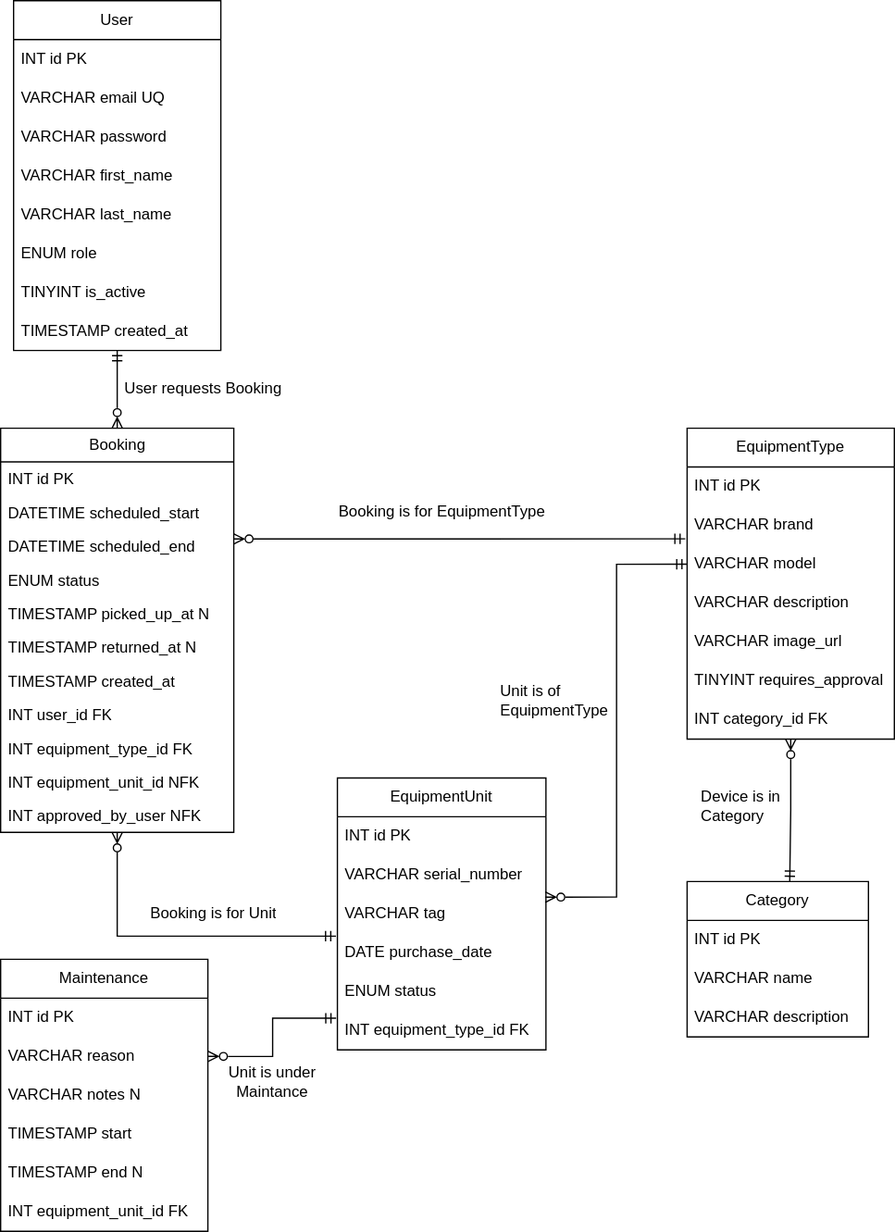
This is database/Equipment Booking.drawio.svg from 37265/equipment-manager, a draw.io export, as it was before one commit. Source tidied: cells renumbered, new cells last; positions are measured from the earlier drawing's top-left corner, leaving out a move shared by most shapes.
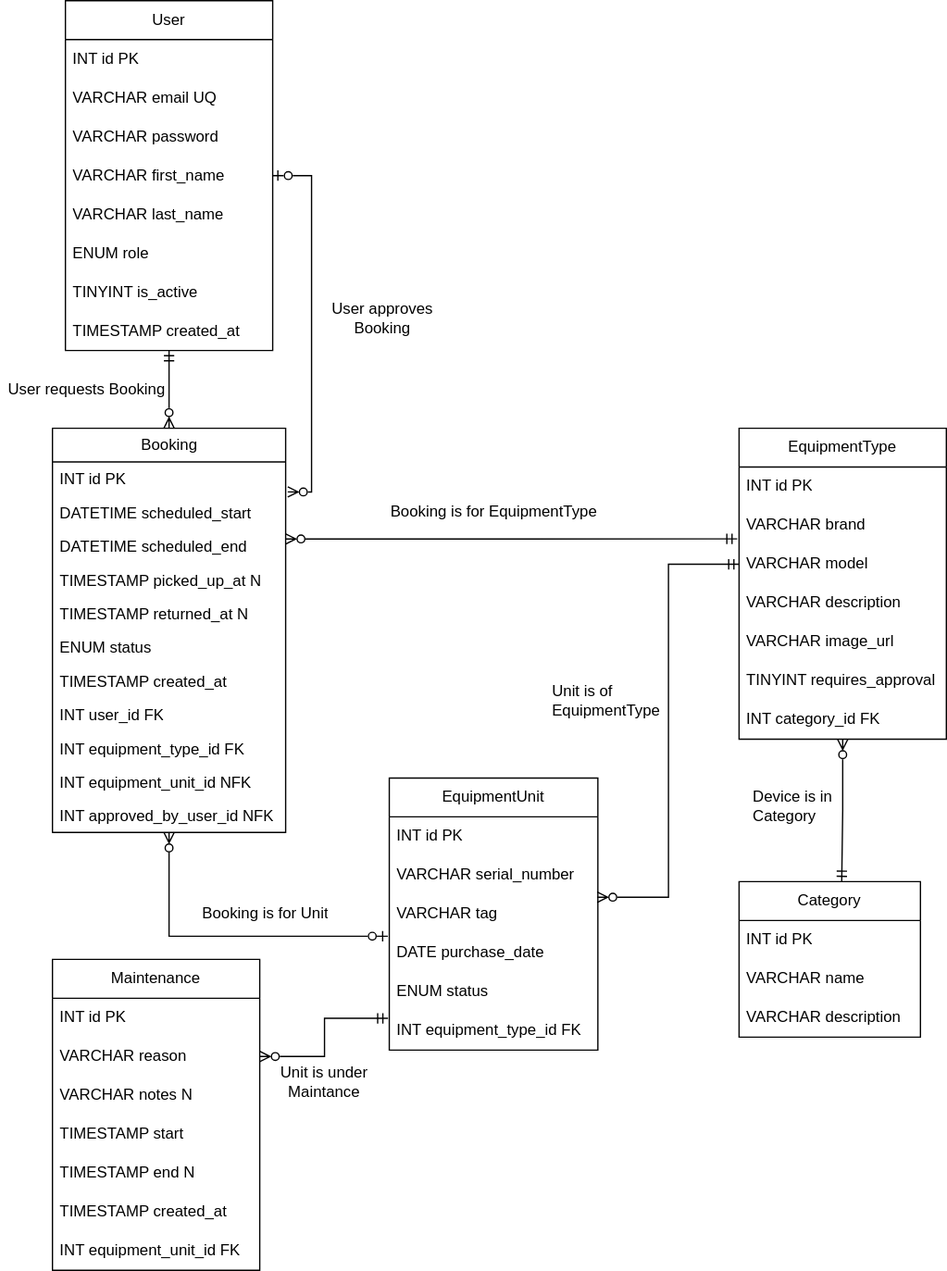
After the change.

Commit message:
Update database design files

The edit, as a diff of the source:
```diff
@@ -80,15 +80,15 @@
     <mxCell id="27" value="&lt;div&gt;DATETIME scheduled_end&lt;/div&gt;" style="text;strokeColor=none;fillColor=none;align=left;verticalAlign=top;spacingLeft=4;spacingRight=4;overflow=hidden;points=[[0,0.5],[1,0.5]];portConstraint=eastwest;whiteSpace=wrap;html=1;" parent="24" vertex="1">
       <mxGeometry y="78" width="180" height="26" as="geometry" />
     </mxCell>
-    <mxCell id="28" value="ENUM status" style="text;strokeColor=none;fillColor=none;align=left;verticalAlign=top;spacingLeft=4;spacingRight=4;overflow=hidden;whiteSpace=wrap;html=1;" parent="24" vertex="1">
-      <mxGeometry y="104" width="180" height="26" as="geometry" />
-    </mxCell>
     <mxCell id="29" value="TIMESTAMP picked_up_at N" style="text;strokeColor=none;fillColor=none;align=left;verticalAlign=top;spacingLeft=4;spacingRight=4;overflow=hidden;whiteSpace=wrap;html=1;" parent="24" vertex="1">
-      <mxGeometry y="130" width="180" height="26" as="geometry" />
+      <mxGeometry y="104" width="180" height="26" as="geometry" />
     </mxCell>
     <mxCell id="30" value="TIMESTAMP returned_at N" style="text;strokeColor=none;fillColor=none;align=left;verticalAlign=top;spacingLeft=4;spacingRight=4;overflow=hidden;whiteSpace=wrap;html=1;" parent="24" vertex="1">
-      <mxGeometry y="156" width="180" height="26" as="geometry" />
+      <mxGeometry y="130" width="180" height="26" as="geometry" />
     </mxCell>
+    <mxCell id="28" value="ENUM status" style="text;strokeColor=none;fillColor=none;align=left;verticalAlign=top;spacingLeft=4;spacingRight=4;overflow=hidden;whiteSpace=wrap;html=1;" parent="24" vertex="1">
+      <mxGeometry y="156" width="180" height="26" as="geometry" />
+    </mxCell>
     <mxCell id="31" value="TIMESTAMP created_at" style="text;strokeColor=none;fillColor=none;align=left;verticalAlign=top;spacingLeft=4;spacingRight=4;overflow=hidden;whiteSpace=wrap;html=1;" parent="24" vertex="1">
       <mxGeometry y="182" width="180" height="26" as="geometry" />
     </mxCell>
@@ -101,7 +101,7 @@
     <mxCell id="34" value="INT equipment_unit_id NFK" style="text;strokeColor=none;fillColor=none;align=left;verticalAlign=top;spacingLeft=4;spacingRight=4;overflow=hidden;whiteSpace=wrap;html=1;" parent="24" vertex="1">
       <mxGeometry y="260" width="180" height="26" as="geometry" />
     </mxCell>
-    <mxCell id="35" value="INT approved_by_user NFK" style="text;strokeColor=none;fillColor=none;align=left;verticalAlign=top;spacingLeft=4;spacingRight=4;overflow=hidden;whiteSpace=wrap;html=1;" parent="24" vertex="1">
+    <mxCell id="35" value="INT approved_by_user_id NFK" style="text;strokeColor=none;fillColor=none;align=left;verticalAlign=top;spacingLeft=4;spacingRight=4;overflow=hidden;whiteSpace=wrap;html=1;" parent="24" vertex="1">
       <mxGeometry y="286" width="180" height="26" as="geometry" />
     </mxCell>
     <mxCell id="36" value="EquipmentUnit" style="swimlane;fontStyle=0;horizontal=1;startSize=30;whiteSpace=wrap;html=1;" parent="1" vertex="1">
@@ -131,7 +131,7 @@
     <mxCell id="44" value="&lt;div&gt;Device is in&lt;/div&gt;&lt;div&gt;Category&lt;/div&gt;" style="text;strokeColor=none;fillColor=none;align=left;verticalAlign=middle;spacingLeft=4;spacingRight=4;overflow=hidden;whiteSpace=wrap;html=1;" parent="1" vertex="1">
       <mxGeometry x="535" y="602" width="130" height="40" as="geometry" />
     </mxCell>
-    <mxCell id="45" style="edgeStyle=orthogonalEdgeStyle;rounded=0;jettySize=auto;html=1;endArrow=ERmandOne;endFill=0;startArrow=ERzeroToMany;startFill=0;entryX=-0.007;entryY=0.071;entryDx=0;entryDy=0;entryPerimeter=0;" parent="1" edge="1" source="24" target="40">
+    <mxCell id="45" style="edgeStyle=orthogonalEdgeStyle;rounded=0;jettySize=auto;html=1;endArrow=ERzeroToOne;endFill=0;startArrow=ERzeroToMany;startFill=0;entryX=-0.007;entryY=0.071;entryDx=0;entryDy=0;entryPerimeter=0;" parent="1" edge="1" source="24" target="40">
       <mxGeometry relative="1" as="geometry" />
     </mxCell>
     <mxCell id="46" value="Booking is for Unit" style="text;strokeColor=none;fillColor=none;align=left;verticalAlign=middle;spacingLeft=4;spacingRight=4;overflow=hidden;whiteSpace=wrap;html=1;" parent="1" vertex="1">
@@ -141,7 +141,7 @@
       <mxGeometry relative="1" as="geometry" />
     </mxCell>
     <mxCell id="48" value="User requests Booking" style="text;strokeColor=none;fillColor=none;align=left;verticalAlign=middle;spacingLeft=4;spacingRight=4;overflow=hidden;whiteSpace=wrap;html=1;" parent="1" vertex="1">
-      <mxGeometry x="90" y="280" width="140" height="40" as="geometry" />
+      <mxGeometry x="-40" y="280" width="140" height="40" as="geometry" />
     </mxCell>
     <mxCell id="49" value="Unit is of EquipmentType" style="text;strokeColor=none;fillColor=none;align=left;verticalAlign=middle;spacingLeft=4;spacingRight=4;overflow=hidden;whiteSpace=wrap;html=1;" parent="1" vertex="1">
       <mxGeometry x="380" y="520" width="100" height="40" as="geometry" />
@@ -153,7 +153,7 @@
       <mxGeometry x="245.5" y="380" width="190" height="30" as="geometry" />
     </mxCell>
     <mxCell id="52" value="Maintenance" style="swimlane;fontStyle=0;horizontal=1;startSize=30;whiteSpace=wrap;html=1;" parent="1" vertex="1">
-      <mxGeometry y="740" width="160" height="210" as="geometry" />
+      <mxGeometry y="740" width="160" height="240" as="geometry" />
     </mxCell>
     <mxCell id="53" value="INT id PK" style="text;strokeColor=none;fillColor=none;align=left;verticalAlign=middle;spacingLeft=4;spacingRight=4;overflow=hidden;whiteSpace=wrap;html=1;" parent="52" vertex="1">
       <mxGeometry y="30" width="160" height="30" as="geometry" />
@@ -170,8 +170,11 @@
     <mxCell id="57" value="TIMESTAMP end N" style="text;strokeColor=none;fillColor=none;align=left;verticalAlign=middle;spacingLeft=4;spacingRight=4;overflow=hidden;whiteSpace=wrap;html=1;" parent="52" vertex="1">
       <mxGeometry y="150" width="160" height="30" as="geometry" />
     </mxCell>
+    <mxCell id="61" value="TIMESTAMP created_at" style="text;strokeColor=none;fillColor=none;align=left;verticalAlign=middle;spacingLeft=4;spacingRight=4;overflow=hidden;whiteSpace=wrap;html=1;" parent="52" vertex="1">
+      <mxGeometry y="180" width="160" height="30" as="geometry" />
+    </mxCell>
     <mxCell id="58" value="INT equipment_unit_id FK" style="text;strokeColor=none;fillColor=none;align=left;verticalAlign=middle;spacingLeft=4;spacingRight=4;overflow=hidden;whiteSpace=wrap;html=1;" parent="52" vertex="1">
-      <mxGeometry y="180" width="160" height="30" as="geometry" />
+      <mxGeometry y="210" width="160" height="30" as="geometry" />
     </mxCell>
     <mxCell id="59" style="edgeStyle=orthogonalEdgeStyle;rounded=0;jettySize=auto;html=1;entryX=-0.006;entryY=0.184;entryDx=0;entryDy=0;entryPerimeter=0;endArrow=ERmandOne;endFill=0;startArrow=ERzeroToMany;startFill=0;exitX=1;exitY=0.5;exitDx=0;exitDy=0;" parent="1" edge="1" source="54" target="42">
       <mxGeometry relative="1" as="geometry" />
@@ -179,5 +182,16 @@
     <mxCell id="60" value="Unit is under Maintance" style="text;html=1;whiteSpace=wrap;strokeColor=none;fillColor=none;align=center;verticalAlign=middle;rounded=0;" parent="1" vertex="1">
       <mxGeometry x="170" y="820" width="80" height="30" as="geometry" />
     </mxCell>
+    <mxCell id="62" style="edgeStyle=orthogonalEdgeStyle;rounded=0;jettySize=auto;html=1;entryX=1.009;entryY=-0.109;entryDx=0;entryDy=0;entryPerimeter=0;startArrow=ERzeroToOne;startFill=0;endArrow=ERzeroToMany;endFill=0;" parent="1" edge="1" source="3" target="26">
+      <mxGeometry relative="1" as="geometry">
+        <Array as="points">
+          <mxPoint x="200" y="135" />
+          <mxPoint x="200" y="379" />
+        </Array>
+      </mxGeometry>
+    </mxCell>
+    <mxCell id="63" value="User approves Booking" style="text;html=1;whiteSpace=wrap;strokeColor=none;fillColor=none;align=center;verticalAlign=middle;rounded=0;" parent="1" vertex="1">
+      <mxGeometry x="205" y="230" width="100" height="30" as="geometry" />
+    </mxCell>
   </root>
 </mxGraphModel>
```
